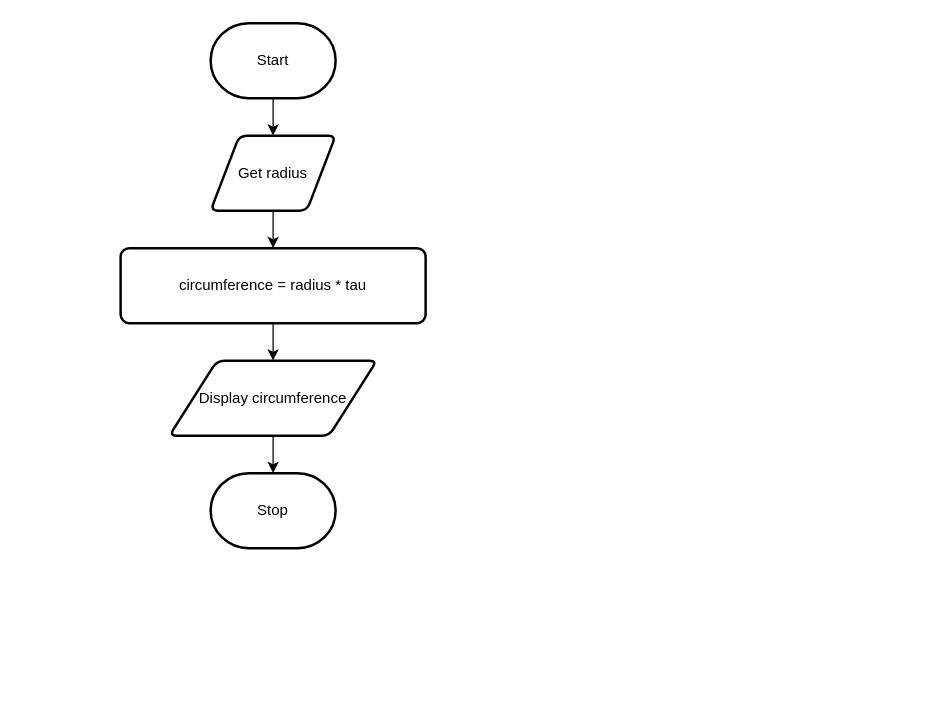
Earlier version of the draw.io diagram page "Flowchart" (1 of 2) of design.drawio (Samuel-Webster-178/ICS3U-Unit6-Unit6-04-Python). Source tidied: cells renumbered, new cells numbered last; positions are measured from the earlier drawing's top-left corner, leaving out a move shared by most shapes. Both pictures are drawn from the tidied source at 125%, with x=0, y=0 at pixel (120, 22).
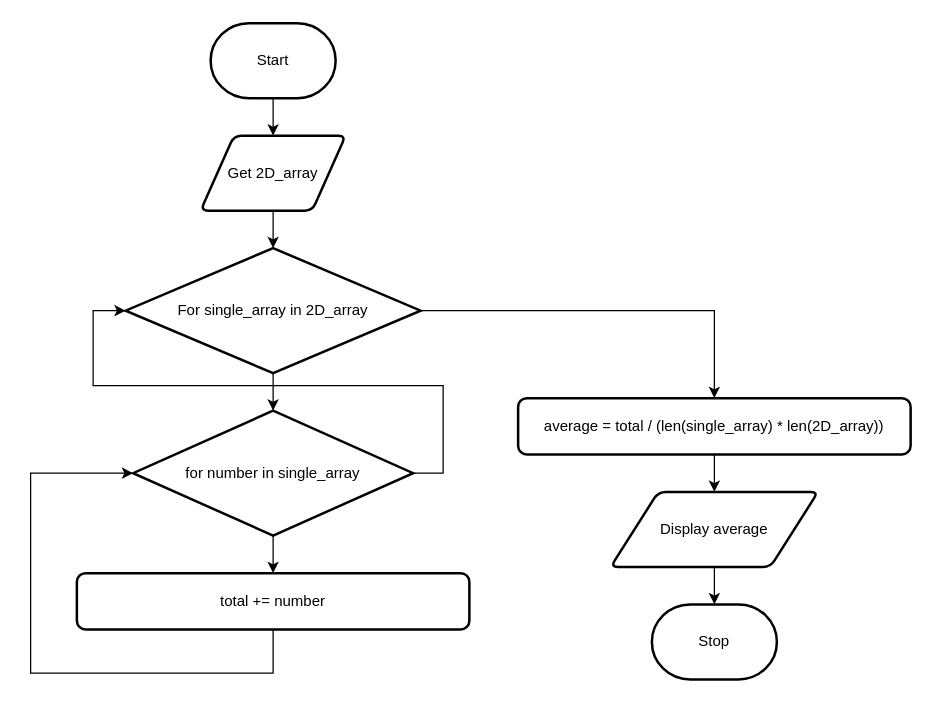
The same diagram, later.

The edit, as a diff of the source:
```diff
@@
-    <mxCell id="4" style="edgeStyle=none;html=1;" parent="1" edge="1" source="5" target="7">
-      <mxGeometry relative="1" as="geometry" />
-    </mxCell>
+    <mxCell id="11" style="edgeStyle=none;html=1;" parent="1" edge="1" source="5" target="14">
+      <mxGeometry relative="1" as="geometry" />
+    </mxCell>
-    <mxCell id="5" value="Get radius" style="shape=parallelogram;html=1;strokeWidth=2;perimeter=parallelogramPerimeter;whiteSpace=wrap;rounded=1;arcSize=12;size=0.23;" parent="1" vertex="1">
-      <mxGeometry x="72" y="90" width="100" height="60" as="geometry" />
+    <mxCell id="5" value="Get 2D_array" style="shape=parallelogram;html=1;strokeWidth=2;perimeter=parallelogramPerimeter;whiteSpace=wrap;rounded=1;arcSize=12;size=0.23;" parent="1" vertex="1">
+      <mxGeometry x="64" y="90" width="116" height="60" as="geometry" />
     </mxCell>
-    <mxCell id="6" style="edgeStyle=none;html=1;" parent="1" edge="1" source="7" target="9">
-      <mxGeometry relative="1" as="geometry" />
+    <mxCell id="6" style="edgeStyle=none;html=1;" parent="1" edge="1" target="9">
+      <mxGeometry relative="1" as="geometry">
+        <mxPoint x="475" y="345" as="sourcePoint" />
+      </mxGeometry>
     </mxCell>
-    <mxCell id="7" value="circumference = radius * tau" style="rounded=1;whiteSpace=wrap;html=1;absoluteArcSize=1;arcSize=14;strokeWidth=2;" parent="1" vertex="1">
-      <mxGeometry y="180" width="244" height="60" as="geometry" />
-    </mxCell>
@@
-    <mxCell id="9" value="Display circumference" style="shape=parallelogram;html=1;strokeWidth=2;perimeter=parallelogramPerimeter;whiteSpace=wrap;rounded=1;arcSize=12;size=0.23;" parent="1" vertex="1">
-      <mxGeometry x="39" y="270" width="166" height="60" as="geometry" />
+    <mxCell id="9" value="Display average" style="shape=parallelogram;html=1;strokeWidth=2;perimeter=parallelogramPerimeter;whiteSpace=wrap;rounded=1;arcSize=12;size=0.23;" parent="1" vertex="1">
+      <mxGeometry x="392" y="375" width="166" height="60" as="geometry" />
     </mxCell>
     <mxCell id="10" value="Stop" style="strokeWidth=2;html=1;shape=mxgraph.flowchart.terminator;whiteSpace=wrap;" parent="1" vertex="1">
-      <mxGeometry x="72" y="360" width="100" height="60" as="geometry" />
+      <mxGeometry x="425" y="465" width="100" height="60" as="geometry" />
     </mxCell>
+    <mxCell id="12" style="edgeStyle=none;html=1;" parent="1" edge="1" source="14" target="17">
+      <mxGeometry relative="1" as="geometry" />
+    </mxCell>
+    <mxCell id="13" style="edgeStyle=orthogonalEdgeStyle;rounded=0;html=1;entryX=0.5;entryY=0;entryDx=0;entryDy=0;" parent="1" edge="1" source="14" target="20">
+      <mxGeometry relative="1" as="geometry" />
+    </mxCell>
+    <mxCell id="14" value="For single_array in 2D_array" style="strokeWidth=2;html=1;shape=mxgraph.flowchart.decision;whiteSpace=wrap;" parent="1" vertex="1">
+      <mxGeometry x="4" y="180" width="236" height="100" as="geometry" />
+    </mxCell>
+    <mxCell id="15" style="edgeStyle=none;html=1;" parent="1" edge="1" source="17" target="19">
+      <mxGeometry relative="1" as="geometry" />
+    </mxCell>
+    <mxCell id="16" style="edgeStyle=orthogonalEdgeStyle;rounded=0;html=1;entryX=0;entryY=0.5;entryDx=0;entryDy=0;entryPerimeter=0;" parent="1" edge="1" source="17" target="14">
+      <mxGeometry relative="1" as="geometry">
+        <Array as="points">
+          <mxPoint x="258" y="360" />
+          <mxPoint x="258" y="290" />
+          <mxPoint x="-22" y="290" />
+          <mxPoint x="-22" y="230" />
+        </Array>
+      </mxGeometry>
+    </mxCell>
+    <mxCell id="17" value="for number in single_array" style="strokeWidth=2;html=1;shape=mxgraph.flowchart.decision;whiteSpace=wrap;" parent="1" vertex="1">
+      <mxGeometry x="10" y="310" width="224" height="100" as="geometry" />
+    </mxCell>
+    <mxCell id="18" style="edgeStyle=orthogonalEdgeStyle;html=1;entryX=0;entryY=0.5;entryDx=0;entryDy=0;entryPerimeter=0;rounded=0;" parent="1" edge="1" source="19" target="17">
+      <mxGeometry relative="1" as="geometry">
+        <Array as="points">
+          <mxPoint x="122" y="520" />
+          <mxPoint x="-72" y="520" />
+          <mxPoint x="-72" y="360" />
+        </Array>
+      </mxGeometry>
+    </mxCell>
+    <mxCell id="19" value="total += number" style="rounded=1;whiteSpace=wrap;html=1;absoluteArcSize=1;arcSize=14;strokeWidth=2;" parent="1" vertex="1">
+      <mxGeometry x="-35" y="440" width="314" height="45" as="geometry" />
+    </mxCell>
+    <mxCell id="20" value="average = total / (len(single_array) * len(2D_array))" style="rounded=1;whiteSpace=wrap;html=1;absoluteArcSize=1;arcSize=14;strokeWidth=2;" parent="1" vertex="1">
+      <mxGeometry x="318" y="300" width="314" height="45" as="geometry" />
+    </mxCell>
```
